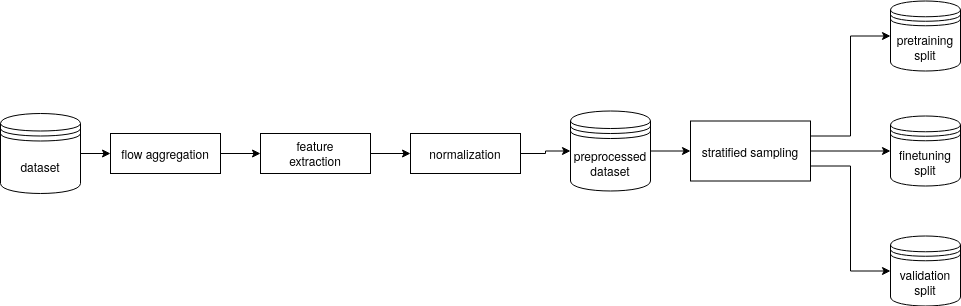
Johnsen92/self-supervised-ids-thesis keeps this draw.io diagram as graphics/img/dataset_preprocessing.png. Above is the earlier version. Source tidied: cells renumbered, new cells last; positions are measured from the earlier drawing's top-left corner, leaving out a move shared by most shapes. The source it was exported from:
```xml
<mxGraphModel>
  <root>
    <mxCell id="0" />
    <mxCell id="1" parent="0" />
    <mxCell id="2" style="edgeStyle=orthogonalEdgeStyle;rounded=0;jettySize=auto;html=1;entryX=0;entryY=0.5;entryDx=0;entryDy=0;" parent="1" edge="1" source="3" target="16">
      <mxGeometry relative="1" as="geometry" />
    </mxCell>
    <mxCell id="3" value="&lt;div&gt;preprocessed&lt;/div&gt;&lt;div&gt;dataset&lt;br&gt;&lt;/div&gt;" style="shape=datastore;whiteSpace=wrap;html=1;" parent="1" vertex="1">
      <mxGeometry x="570" y="109.5" width="80" height="80" as="geometry" />
    </mxCell>
    <mxCell id="4" value="&lt;div&gt;pretraining&lt;/div&gt;&lt;div&gt;split&lt;/div&gt;" style="shape=datastore;whiteSpace=wrap;html=1;" parent="1" vertex="1">
      <mxGeometry x="890" y="-0.5" width="70" height="70" as="geometry" />
    </mxCell>
    <mxCell id="5" style="edgeStyle=orthogonalEdgeStyle;rounded=0;jettySize=auto;html=1;entryX=0;entryY=0.5;entryDx=0;entryDy=0;" parent="1" edge="1" source="6" target="10">
      <mxGeometry relative="1" as="geometry" />
    </mxCell>
    <mxCell id="6" value="dataset" style="shape=datastore;whiteSpace=wrap;html=1;" parent="1" vertex="1">
      <mxGeometry y="112" width="80" height="80" as="geometry" />
    </mxCell>
    <mxCell id="7" style="edgeStyle=orthogonalEdgeStyle;rounded=0;jettySize=auto;html=1;entryX=0;entryY=0.5;entryDx=0;entryDy=0;" parent="1" edge="1" source="8" target="12">
      <mxGeometry relative="1" as="geometry" />
    </mxCell>
    <mxCell id="8" value="&lt;div&gt;feature&lt;/div&gt;&lt;div&gt;extraction&lt;br&gt;&lt;/div&gt;" style="rounded=0;whiteSpace=wrap;html=1;" parent="1" vertex="1">
      <mxGeometry x="260" y="132" width="110" height="40" as="geometry" />
    </mxCell>
    <mxCell id="9" style="edgeStyle=orthogonalEdgeStyle;rounded=0;jettySize=auto;html=1;entryX=0;entryY=0.5;entryDx=0;entryDy=0;" parent="1" edge="1" source="10" target="8">
      <mxGeometry relative="1" as="geometry" />
    </mxCell>
    <mxCell id="10" value="&lt;div&gt;flow aggregation&lt;/div&gt;" style="rounded=0;whiteSpace=wrap;html=1;" parent="1" vertex="1">
      <mxGeometry x="110" y="132" width="110" height="40" as="geometry" />
    </mxCell>
    <mxCell id="11" style="edgeStyle=orthogonalEdgeStyle;rounded=0;jettySize=auto;html=1;exitX=1;exitY=0.5;exitDx=0;exitDy=0;entryX=0;entryY=0.5;entryDx=0;entryDy=0;" parent="1" edge="1" source="12" target="3">
      <mxGeometry relative="1" as="geometry" />
    </mxCell>
    <mxCell id="12" value="&lt;div&gt;normalization&lt;/div&gt;" style="rounded=0;whiteSpace=wrap;html=1;" parent="1" vertex="1">
      <mxGeometry x="410" y="132" width="110" height="40" as="geometry" />
    </mxCell>
    <mxCell id="13" style="edgeStyle=orthogonalEdgeStyle;rounded=0;jettySize=auto;html=1;exitX=1;exitY=0.5;exitDx=0;exitDy=0;entryX=0;entryY=0.5;entryDx=0;entryDy=0;" parent="1" edge="1" source="16" target="17">
      <mxGeometry relative="1" as="geometry" />
    </mxCell>
    <mxCell id="14" style="edgeStyle=orthogonalEdgeStyle;rounded=0;jettySize=auto;html=1;exitX=1;exitY=0.75;exitDx=0;exitDy=0;entryX=0;entryY=0.5;entryDx=0;entryDy=0;" parent="1" edge="1" source="16" target="18">
      <mxGeometry relative="1" as="geometry" />
    </mxCell>
    <mxCell id="15" style="edgeStyle=orthogonalEdgeStyle;rounded=0;jettySize=auto;html=1;exitX=1;exitY=0.25;exitDx=0;exitDy=0;entryX=0;entryY=0.5;entryDx=0;entryDy=0;" parent="1" edge="1" source="16" target="4">
      <mxGeometry relative="1" as="geometry" />
    </mxCell>
    <mxCell id="16" value="stratified sampling" style="rounded=0;whiteSpace=wrap;html=1;" parent="1" vertex="1">
      <mxGeometry x="690" y="119.5" width="120" height="60" as="geometry" />
    </mxCell>
    <mxCell id="17" value="finetuning&lt;br&gt;split" style="shape=datastore;whiteSpace=wrap;html=1;" parent="1" vertex="1">
      <mxGeometry x="890" y="114.5" width="70" height="70" as="geometry" />
    </mxCell>
    <mxCell id="18" value="&lt;div&gt;validation&lt;/div&gt;&lt;div&gt;split&lt;br&gt;&lt;/div&gt;" style="shape=datastore;whiteSpace=wrap;html=1;" parent="1" vertex="1">
      <mxGeometry x="890" y="234.5" width="70" height="70" as="geometry" />
    </mxCell>
  </root>
</mxGraphModel>
```
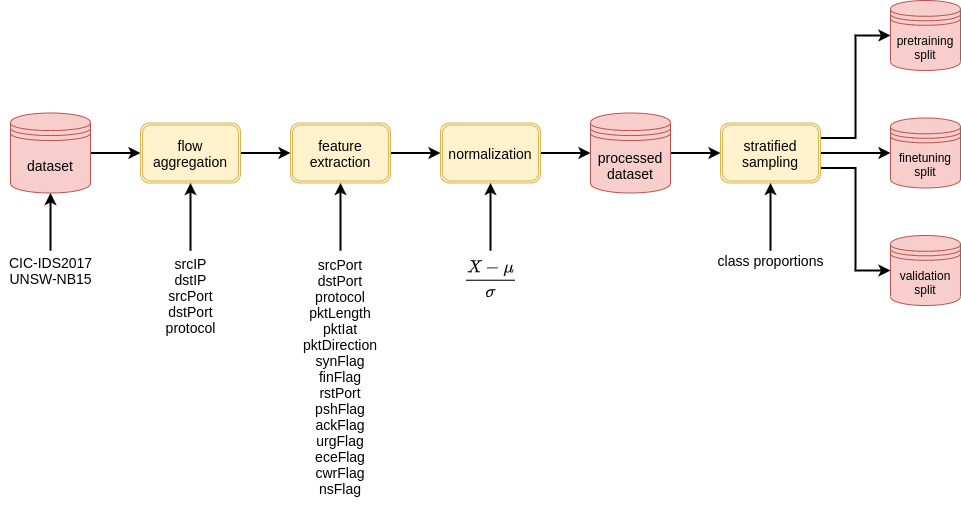
The same diagram one commit later.

Change to the diagram source:
```diff
@@ -1,57 +1,87 @@
-<mxGraphModel>
+<mxGraphModel math="1">
   <root>
     <mxCell id="0" />
     <mxCell id="1" parent="0" />
-    <mxCell id="2" style="edgeStyle=orthogonalEdgeStyle;rounded=0;jettySize=auto;html=1;entryX=0;entryY=0.5;entryDx=0;entryDy=0;" parent="1" edge="1" source="3" target="16">
-      <mxGeometry relative="1" as="geometry" />
-    </mxCell>
-    <mxCell id="3" value="&lt;div&gt;preprocessed&lt;/div&gt;&lt;div&gt;dataset&lt;br&gt;&lt;/div&gt;" style="shape=datastore;whiteSpace=wrap;html=1;" parent="1" vertex="1">
-      <mxGeometry x="570" y="109.5" width="80" height="80" as="geometry" />
-    </mxCell>
-    <mxCell id="4" value="&lt;div&gt;pretraining&lt;/div&gt;&lt;div&gt;split&lt;/div&gt;" style="shape=datastore;whiteSpace=wrap;html=1;" parent="1" vertex="1">
-      <mxGeometry x="890" y="-0.5" width="70" height="70" as="geometry" />
-    </mxCell>
-    <mxCell id="5" style="edgeStyle=orthogonalEdgeStyle;rounded=0;jettySize=auto;html=1;entryX=0;entryY=0.5;entryDx=0;entryDy=0;" parent="1" edge="1" source="6" target="10">
+    <mxCell id="5" style="edgeStyle=orthogonalEdgeStyle;rounded=0;jettySize=auto;html=1;entryX=0;entryY=0.5;entryDx=0;entryDy=0;fontSize=14;strokeWidth=2;" parent="1" edge="1" source="6" target="10">
       <mxGeometry relative="1" as="geometry" />
     </mxCell>
-    <mxCell id="6" value="dataset" style="shape=datastore;whiteSpace=wrap;html=1;" parent="1" vertex="1">
-      <mxGeometry y="112" width="80" height="80" as="geometry" />
+    <mxCell id="6" value="&lt;font style=&quot;font-size: 14px&quot;&gt;dataset&lt;/font&gt;" style="shape=datastore;whiteSpace=wrap;html=1;fillColor=#f8cecc;strokeColor=#b85450;" parent="1" vertex="1">
+      <mxGeometry x="60" y="-55.5" width="80" height="80" as="geometry" />
     </mxCell>
+    <mxCell id="9" style="edgeStyle=orthogonalEdgeStyle;rounded=0;jettySize=auto;html=1;fontSize=14;strokeWidth=2;" parent="1" edge="1" source="10" target="8">
+      <mxGeometry relative="1" as="geometry" />
+    </mxCell>
+    <mxCell id="10" value="&lt;font style=&quot;font-size: 14px&quot;&gt;flow&lt;br&gt;aggregation&lt;/font&gt;" style="shape=ext;double=1;rounded=1;whiteSpace=wrap;html=1;fillColor=#fff2cc;strokeColor=#d6b656;" parent="1" vertex="1">
+      <mxGeometry x="190" y="-45.5" width="100" height="60" as="geometry" />
+    </mxCell>
-    <mxCell id="7" style="edgeStyle=orthogonalEdgeStyle;rounded=0;jettySize=auto;html=1;entryX=0;entryY=0.5;entryDx=0;entryDy=0;" parent="1" edge="1" source="8" target="12">
+    <mxCell id="7" style="edgeStyle=orthogonalEdgeStyle;rounded=0;jettySize=auto;html=1;entryX=0;entryY=0.5;entryDx=0;entryDy=0;fontSize=14;strokeWidth=2;" parent="1" edge="1" source="8" target="12">
       <mxGeometry relative="1" as="geometry" />
     </mxCell>
-    <mxCell id="8" value="&lt;div&gt;feature&lt;/div&gt;&lt;div&gt;extraction&lt;br&gt;&lt;/div&gt;" style="rounded=0;whiteSpace=wrap;html=1;" parent="1" vertex="1">
-      <mxGeometry x="260" y="132" width="110" height="40" as="geometry" />
+    <mxCell id="8" value="&lt;font style=&quot;font-size: 14px&quot;&gt;feature&lt;br&gt;extraction&lt;/font&gt;" style="shape=ext;double=1;rounded=1;whiteSpace=wrap;html=1;fillColor=#fff2cc;strokeColor=#d6b656;" parent="1" vertex="1">
+      <mxGeometry x="340" y="-45.5" width="100" height="60" as="geometry" />
     </mxCell>
-    <mxCell id="9" style="edgeStyle=orthogonalEdgeStyle;rounded=0;jettySize=auto;html=1;entryX=0;entryY=0.5;entryDx=0;entryDy=0;" parent="1" edge="1" source="10" target="8">
-      <mxGeometry relative="1" as="geometry" />
-    </mxCell>
-    <mxCell id="10" value="&lt;div&gt;flow aggregation&lt;/div&gt;" style="rounded=0;whiteSpace=wrap;html=1;" parent="1" vertex="1">
-      <mxGeometry x="110" y="132" width="110" height="40" as="geometry" />
-    </mxCell>
-    <mxCell id="11" style="edgeStyle=orthogonalEdgeStyle;rounded=0;jettySize=auto;html=1;exitX=1;exitY=0.5;exitDx=0;exitDy=0;entryX=0;entryY=0.5;entryDx=0;entryDy=0;" parent="1" edge="1" source="12" target="3">
-      <mxGeometry relative="1" as="geometry" />
-    </mxCell>
+    <mxCell id="19" style="edgeStyle=orthogonalEdgeStyle;rounded=0;jettySize=auto;html=1;entryX=0;entryY=0.5;entryDx=0;entryDy=0;fontSize=14;strokeWidth=2;" parent="1" edge="1" source="12" target="21">
+      <mxGeometry relative="1" as="geometry" />
+    </mxCell>
-    <mxCell id="12" value="&lt;div&gt;normalization&lt;/div&gt;" style="rounded=0;whiteSpace=wrap;html=1;" parent="1" vertex="1">
-      <mxGeometry x="410" y="132" width="110" height="40" as="geometry" />
+    <mxCell id="12" value="&lt;font style=&quot;font-size: 14px&quot;&gt;normalization&lt;/font&gt;" style="shape=ext;double=1;rounded=1;whiteSpace=wrap;html=1;fillColor=#fff2cc;strokeColor=#d6b656;" parent="1" vertex="1">
+      <mxGeometry x="490" y="-45.5" width="100" height="60" as="geometry" />
     </mxCell>
+    <mxCell id="20" style="edgeStyle=orthogonalEdgeStyle;rounded=0;jettySize=auto;html=1;entryX=0;entryY=0.5;entryDx=0;entryDy=0;fontSize=14;strokeWidth=2;" parent="1" edge="1" source="21" target="16">
+      <mxGeometry relative="1" as="geometry" />
+    </mxCell>
+    <mxCell id="21" value="&lt;div style=&quot;font-size: 14px&quot;&gt;&lt;font style=&quot;font-size: 14px&quot;&gt;processed&lt;/font&gt;&lt;/div&gt;&lt;div style=&quot;font-size: 14px&quot;&gt;&lt;font style=&quot;font-size: 14px&quot;&gt;dataset&lt;/font&gt;&lt;br&gt;&lt;/div&gt;" style="shape=datastore;whiteSpace=wrap;html=1;fillColor=#f8cecc;strokeColor=#b85450;" parent="1" vertex="1">
+      <mxGeometry x="640" y="-55.5" width="80" height="80" as="geometry" />
+    </mxCell>
-    <mxCell id="13" style="edgeStyle=orthogonalEdgeStyle;rounded=0;jettySize=auto;html=1;exitX=1;exitY=0.5;exitDx=0;exitDy=0;entryX=0;entryY=0.5;entryDx=0;entryDy=0;" parent="1" edge="1" source="16" target="17">
+    <mxCell id="13" style="edgeStyle=orthogonalEdgeStyle;rounded=0;jettySize=auto;html=1;fontSize=14;strokeWidth=2;" parent="1" edge="1" source="16" target="17">
       <mxGeometry relative="1" as="geometry" />
     </mxCell>
+    <mxCell id="15" style="edgeStyle=orthogonalEdgeStyle;rounded=0;jettySize=auto;html=1;exitX=1;exitY=0.25;exitDx=0;exitDy=0;entryX=0;entryY=0.5;entryDx=0;entryDy=0;fontSize=14;strokeWidth=2;" parent="1" edge="1" source="16" target="4">
+      <mxGeometry relative="1" as="geometry" />
+    </mxCell>
-    <mxCell id="14" style="edgeStyle=orthogonalEdgeStyle;rounded=0;jettySize=auto;html=1;exitX=1;exitY=0.75;exitDx=0;exitDy=0;entryX=0;entryY=0.5;entryDx=0;entryDy=0;" parent="1" edge="1" source="16" target="18">
+    <mxCell id="14" style="edgeStyle=orthogonalEdgeStyle;rounded=0;jettySize=auto;html=1;exitX=1;exitY=0.75;exitDx=0;exitDy=0;entryX=0;entryY=0.5;entryDx=0;entryDy=0;fontSize=14;strokeWidth=2;" parent="1" edge="1" source="16" target="18">
       <mxGeometry relative="1" as="geometry" />
     </mxCell>
-    <mxCell id="15" style="edgeStyle=orthogonalEdgeStyle;rounded=0;jettySize=auto;html=1;exitX=1;exitY=0.25;exitDx=0;exitDy=0;entryX=0;entryY=0.5;entryDx=0;entryDy=0;" parent="1" edge="1" source="16" target="4">
-      <mxGeometry relative="1" as="geometry" />
-    </mxCell>
-    <mxCell id="16" value="stratified sampling" style="rounded=0;whiteSpace=wrap;html=1;" parent="1" vertex="1">
-      <mxGeometry x="690" y="119.5" width="120" height="60" as="geometry" />
+    <mxCell id="16" value="&lt;font style=&quot;font-size: 14px&quot;&gt;stratified&lt;br&gt;sampling&lt;br&gt;&lt;/font&gt;" style="shape=ext;double=1;rounded=1;whiteSpace=wrap;html=1;fillColor=#fff2cc;strokeColor=#d6b656;" parent="1" vertex="1">
+      <mxGeometry x="770" y="-45.5" width="100" height="60" as="geometry" />
     </mxCell>
+    <mxCell id="4" value="&lt;div&gt;pretraining&lt;/div&gt;&lt;div&gt;split&lt;/div&gt;" style="shape=datastore;whiteSpace=wrap;html=1;fillColor=#f8cecc;strokeColor=#b85450;" parent="1" vertex="1">
+      <mxGeometry x="940" y="-168" width="70" height="70" as="geometry" />
+    </mxCell>
-    <mxCell id="17" value="finetuning&lt;br&gt;split" style="shape=datastore;whiteSpace=wrap;html=1;" parent="1" vertex="1">
-      <mxGeometry x="890" y="114.5" width="70" height="70" as="geometry" />
+    <mxCell id="17" value="finetuning&lt;br&gt;split" style="shape=datastore;whiteSpace=wrap;html=1;fillColor=#f8cecc;strokeColor=#b85450;" parent="1" vertex="1">
+      <mxGeometry x="940" y="-50.5" width="70" height="70" as="geometry" />
     </mxCell>
-    <mxCell id="18" value="&lt;div&gt;validation&lt;/div&gt;&lt;div&gt;split&lt;br&gt;&lt;/div&gt;" style="shape=datastore;whiteSpace=wrap;html=1;" parent="1" vertex="1">
-      <mxGeometry x="890" y="234.5" width="70" height="70" as="geometry" />
+    <mxCell id="18" value="&lt;div&gt;validation&lt;/div&gt;&lt;div&gt;split&lt;br&gt;&lt;/div&gt;" style="shape=datastore;whiteSpace=wrap;html=1;fillColor=#f8cecc;strokeColor=#b85450;" parent="1" vertex="1">
+      <mxGeometry x="940" y="67" width="70" height="70" as="geometry" />
     </mxCell>
+    <mxCell id="22" style="edgeStyle=orthogonalEdgeStyle;rounded=0;jettySize=auto;html=1;fontSize=14;strokeWidth=2;" parent="1" edge="1" source="23" target="6">
+      <mxGeometry relative="1" as="geometry" />
+    </mxCell>
+    <mxCell id="23" value="CIC-IDS2017&lt;br&gt;UNSW-NB15" style="text;html=1;align=center;verticalAlign=middle;points=[];strokeColor=none;fillColor=none;fontSize=14;" parent="1" vertex="1">
+      <mxGeometry x="50" y="82" width="100" height="40" as="geometry" />
+    </mxCell>
+    <mxCell id="24" style="edgeStyle=orthogonalEdgeStyle;rounded=0;jettySize=auto;html=1;entryX=0.5;entryY=1;entryDx=0;entryDy=0;fontSize=14;strokeWidth=2;" parent="1" edge="1" source="25" target="10">
+      <mxGeometry relative="1" as="geometry" />
+    </mxCell>
+    <mxCell id="25" value="srcIP&lt;br&gt;dstIP&lt;br&gt;srcPort&lt;br&gt;dstPort&lt;br&gt;protocol" style="text;html=1;align=center;verticalAlign=middle;points=[];strokeColor=none;fillColor=none;fontSize=14;" parent="1" vertex="1">
+      <mxGeometry x="205" y="82" width="70" height="90" as="geometry" />
+    </mxCell>
+    <mxCell id="26" style="edgeStyle=orthogonalEdgeStyle;rounded=0;jettySize=auto;html=1;entryX=0.5;entryY=1;entryDx=0;entryDy=0;fontSize=14;strokeWidth=2;" parent="1" edge="1" source="27" target="8">
+      <mxGeometry relative="1" as="geometry" />
+    </mxCell>
+    <mxCell id="27" value="srcPort&lt;br&gt;dstPort&lt;br&gt;protocol&lt;br&gt;pktLength&lt;br&gt;pktIat&lt;br&gt;pktDirection&lt;br&gt;synFlag&lt;br&gt;finFlag&lt;br&gt;rstPort&lt;br&gt;pshFlag&lt;br&gt;ackFlag&lt;br&gt;urgFlag&lt;br&gt;eceFlag&lt;br&gt;cwrFlag&lt;br&gt;nsFlag" style="text;whiteSpace=wrap;html=1;fontSize=14;align=center;" parent="1" vertex="1">
+      <mxGeometry x="350" y="82" width="80" height="270" as="geometry" />
+    </mxCell>
+    <mxCell id="28" style="edgeStyle=orthogonalEdgeStyle;rounded=0;jettySize=auto;html=1;entryX=0.5;entryY=1;entryDx=0;entryDy=0;fontSize=14;strokeWidth=2;" parent="1" edge="1" source="29" target="12">
+      <mxGeometry relative="1" as="geometry" />
+    </mxCell>
+    <mxCell id="29" value="&lt;br&gt;$$\frac{X - \mu}{\sigma}$$" style="text;html=1;align=center;verticalAlign=middle;points=[];strokeColor=none;fillColor=none;fontSize=14;" parent="1" vertex="1">
+      <mxGeometry x="450" y="82" width="180" height="40" as="geometry" />
+    </mxCell>
+    <mxCell id="30" style="edgeStyle=orthogonalEdgeStyle;rounded=0;jettySize=auto;html=1;entryX=0.5;entryY=1;entryDx=0;entryDy=0;fontSize=14;strokeWidth=2;" parent="1" edge="1" source="31" target="16">
+      <mxGeometry relative="1" as="geometry" />
+    </mxCell>
+    <mxCell id="31" value="class proportions" style="text;html=1;align=center;verticalAlign=middle;points=[];strokeColor=none;fillColor=none;fontSize=14;" parent="1" vertex="1">
+      <mxGeometry x="760" y="82" width="120" height="20" as="geometry" />
+    </mxCell>
   </root>
 </mxGraphModel>
```
